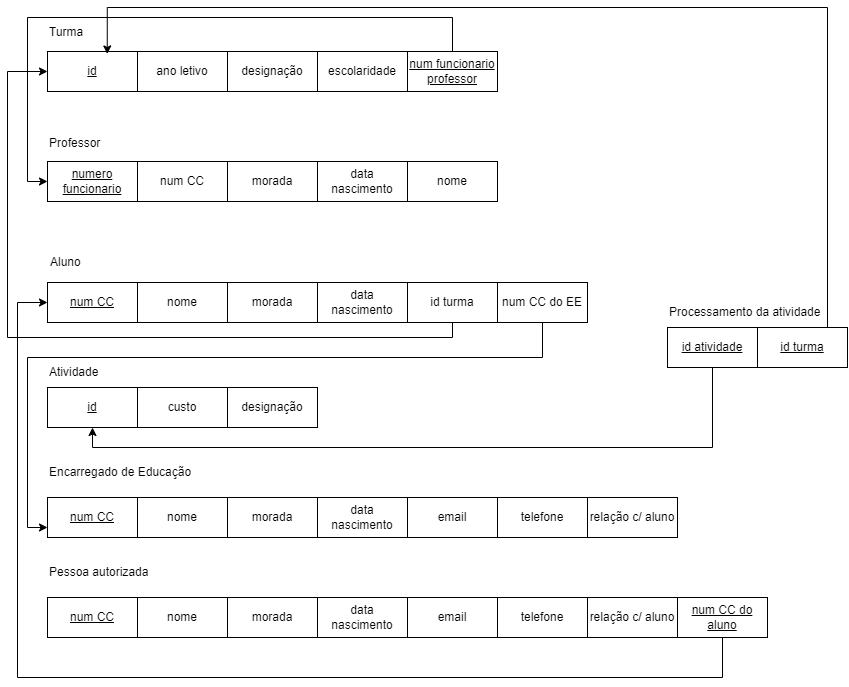
Before: Guião3/ex_3_3d.png, a diagram exported from draw.io (rtavares018/BD). Source tidied: cells renumbered, new cells last; positions are measured from the earlier drawing's top-left corner, leaving out a move shared by most shapes.
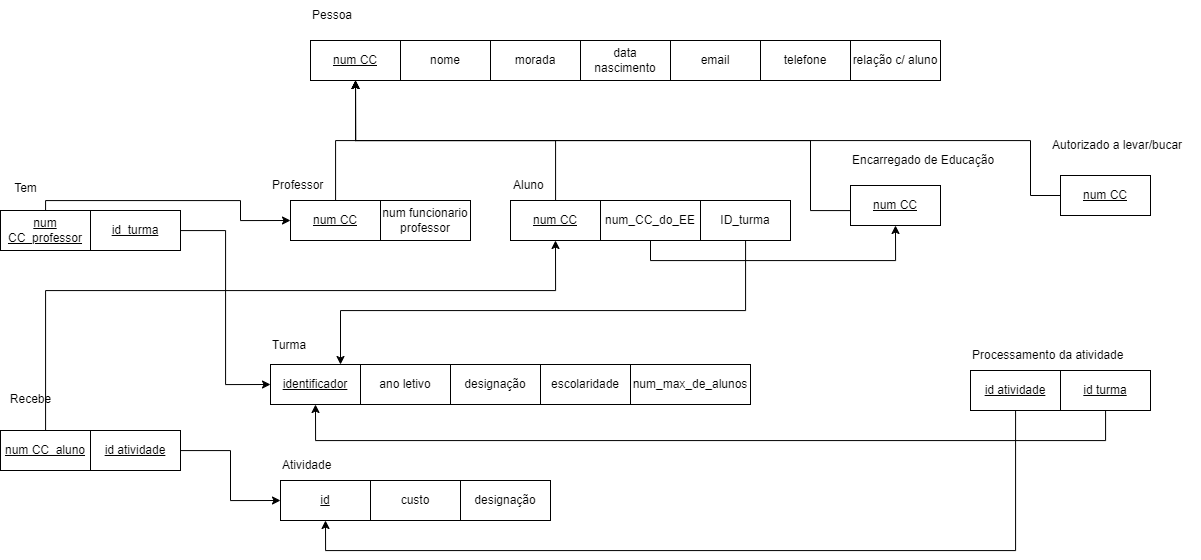
The same file after the commit.

Change to the diagram source:
```diff
@@ -3,185 +3,202 @@
     <mxCell id="0" />
     <mxCell id="1" parent="0" />
     <mxCell id="2" value="Turma" style="text;html=1;align=left;verticalAlign=middle;whiteSpace=wrap;rounded=0;" parent="1" vertex="1">
-      <mxGeometry x="40" y="10" width="60" height="30" as="geometry" />
+      <mxGeometry y="340" width="60" height="30" as="geometry" />
     </mxCell>
-    <mxCell id="3" value="&lt;u&gt;id&lt;/u&gt;" style="rounded=0;whiteSpace=wrap;html=1;" parent="1" vertex="1">
-      <mxGeometry x="40" y="44" width="90" height="40" as="geometry" />
+    <mxCell id="3" value="&lt;u&gt;identificador&lt;/u&gt;" style="rounded=0;whiteSpace=wrap;html=1;" parent="1" vertex="1">
+      <mxGeometry y="374" width="90" height="40" as="geometry" />
     </mxCell>
     <mxCell id="4" value="ano letivo" style="rounded=0;whiteSpace=wrap;html=1;" parent="1" vertex="1">
-      <mxGeometry x="130" y="44" width="90" height="40" as="geometry" />
+      <mxGeometry x="90" y="374" width="90" height="40" as="geometry" />
     </mxCell>
     <mxCell id="5" value="designação" style="rounded=0;whiteSpace=wrap;html=1;" parent="1" vertex="1">
-      <mxGeometry x="220" y="44" width="90" height="40" as="geometry" />
+      <mxGeometry x="180" y="374" width="90" height="40" as="geometry" />
     </mxCell>
-    <mxCell id="6" value="escolaridade" style="rounded=0;whiteSpace=wrap;html=1;" parent="1" vertex="1">
-      <mxGeometry x="310" y="44" width="90" height="40" as="geometry" />
+    <mxCell id="6" value="num_max_de_alunos" style="rounded=0;whiteSpace=wrap;html=1;" parent="1" vertex="1">
+      <mxGeometry x="360" y="374" width="120" height="40" as="geometry" />
     </mxCell>
     <mxCell id="7" value="Professor" style="text;html=1;align=left;verticalAlign=middle;whiteSpace=wrap;rounded=0;" parent="1" vertex="1">
-      <mxGeometry x="40" y="121" width="60" height="30" as="geometry" />
+      <mxGeometry y="180" width="60" height="30" as="geometry" />
     </mxCell>
-    <mxCell id="8" value="numero funcionario" style="rounded=0;whiteSpace=wrap;html=1;fontStyle=4;" parent="1" vertex="1">
-      <mxGeometry x="40" y="154" width="90" height="40" as="geometry" />
-    </mxCell>
+    <mxCell id="51" style="edgeStyle=orthogonalEdgeStyle;rounded=0;jettySize=auto;html=1;" parent="1" edge="1" source="9" target="35">
+      <mxGeometry relative="1" as="geometry" />
+    </mxCell>
-    <mxCell id="9" value="num CC" style="rounded=0;whiteSpace=wrap;html=1;" parent="1" vertex="1">
-      <mxGeometry x="130" y="154" width="90" height="40" as="geometry" />
+    <mxCell id="9" value="&lt;u&gt;num CC&lt;/u&gt;" style="rounded=0;whiteSpace=wrap;html=1;" parent="1" vertex="1">
+      <mxGeometry x="20" y="210" width="90" height="40" as="geometry" />
     </mxCell>
-    <mxCell id="10" style="edgeStyle=orthogonalEdgeStyle;rounded=0;jettySize=auto;html=1;entryX=0;entryY=0.5;entryDx=0;entryDy=0;" parent="1" edge="1" source="11" target="8">
-      <mxGeometry relative="1" as="geometry">
-        <Array as="points">
-          <mxPoint x="445" y="10" />
-          <mxPoint x="20" y="10" />
-          <mxPoint x="20" y="174" />
-        </Array>
-      </mxGeometry>
-    </mxCell>
-    <mxCell id="11" value="&lt;u&gt;num funcionario professor&lt;/u&gt;" style="rounded=0;whiteSpace=wrap;html=1;" parent="1" vertex="1">
-      <mxGeometry x="400" y="44" width="90" height="40" as="geometry" />
-    </mxCell>
-    <mxCell id="12" value="morada" style="rounded=0;whiteSpace=wrap;html=1;" parent="1" vertex="1">
-      <mxGeometry x="220" y="154" width="90" height="40" as="geometry" />
-    </mxCell>
     <mxCell id="13" value="designação" style="rounded=0;whiteSpace=wrap;html=1;" parent="1" vertex="1">
-      <mxGeometry x="220" y="380" width="90" height="40" as="geometry" />
+      <mxGeometry x="190" y="490" width="90" height="40" as="geometry" />
     </mxCell>
-    <mxCell id="14" value="data nascimento" style="rounded=0;whiteSpace=wrap;html=1;" parent="1" vertex="1">
-      <mxGeometry x="310" y="154" width="90" height="40" as="geometry" />
-    </mxCell>
-    <mxCell id="15" value="nome" style="rounded=0;whiteSpace=wrap;html=1;" parent="1" vertex="1">
-      <mxGeometry x="400" y="154" width="90" height="40" as="geometry" />
-    </mxCell>
     <mxCell id="16" value="Aluno" style="text;html=1;align=left;verticalAlign=middle;whiteSpace=wrap;rounded=0;" parent="1" vertex="1">
-      <mxGeometry x="41" y="240" width="60" height="30" as="geometry" />
+      <mxGeometry x="241" y="180" width="60" height="30" as="geometry" />
     </mxCell>
+    <mxCell id="52" style="edgeStyle=orthogonalEdgeStyle;rounded=0;jettySize=auto;html=1;entryX=0.5;entryY=1;entryDx=0;entryDy=0;" parent="1" edge="1" source="17" target="35">
+      <mxGeometry relative="1" as="geometry">
+        <Array as="points">
+          <mxPoint x="285" y="150" />
+          <mxPoint x="85" y="150" />
+        </Array>
+      </mxGeometry>
+    </mxCell>
     <mxCell id="17" value="num CC" style="rounded=0;whiteSpace=wrap;html=1;fontStyle=4;" parent="1" vertex="1">
-      <mxGeometry x="40" y="275" width="90" height="40" as="geometry" />
+      <mxGeometry x="240" y="210" width="90" height="40" as="geometry" />
     </mxCell>
-    <mxCell id="18" value="nome" style="rounded=0;whiteSpace=wrap;html=1;" parent="1" vertex="1">
-      <mxGeometry x="130" y="275" width="90" height="40" as="geometry" />
-    </mxCell>
-    <mxCell id="19" value="morada" style="rounded=0;whiteSpace=wrap;html=1;" parent="1" vertex="1">
-      <mxGeometry x="220" y="275" width="90" height="40" as="geometry" />
-    </mxCell>
-    <mxCell id="20" value="data nascimento" style="rounded=0;whiteSpace=wrap;html=1;" parent="1" vertex="1">
-      <mxGeometry x="310" y="275" width="90" height="40" as="geometry" />
-    </mxCell>
-    <mxCell id="21" style="edgeStyle=orthogonalEdgeStyle;rounded=0;jettySize=auto;html=1;entryX=0;entryY=0.5;entryDx=0;entryDy=0;" parent="1" edge="1" source="22" target="3">
-      <mxGeometry relative="1" as="geometry">
-        <Array as="points">
-          <mxPoint x="445" y="330" />
-          <mxPoint y="330" />
-          <mxPoint y="64" />
-        </Array>
-      </mxGeometry>
-    </mxCell>
-    <mxCell id="22" value="id turma" style="rounded=0;whiteSpace=wrap;html=1;" parent="1" vertex="1">
-      <mxGeometry x="400" y="275" width="90" height="40" as="geometry" />
-    </mxCell>
     <mxCell id="23" value="Atividade" style="text;html=1;align=left;verticalAlign=middle;whiteSpace=wrap;rounded=0;" parent="1" vertex="1">
-      <mxGeometry x="40" y="350" width="60" height="30" as="geometry" />
+      <mxGeometry x="10" y="460" width="60" height="30" as="geometry" />
     </mxCell>
     <mxCell id="24" value="id" style="rounded=0;whiteSpace=wrap;html=1;fontStyle=4;" parent="1" vertex="1">
-      <mxGeometry x="40" y="380" width="90" height="40" as="geometry" />
+      <mxGeometry x="10" y="490" width="90" height="40" as="geometry" />
     </mxCell>
     <mxCell id="25" value="custo" style="rounded=0;whiteSpace=wrap;html=1;" parent="1" vertex="1">
-      <mxGeometry x="130" y="380" width="90" height="40" as="geometry" />
+      <mxGeometry x="100" y="490" width="90" height="40" as="geometry" />
     </mxCell>
     <mxCell id="26" value="Encarregado de Educação" style="text;html=1;align=left;verticalAlign=middle;whiteSpace=wrap;rounded=0;" parent="1" vertex="1">
-      <mxGeometry x="40" y="450" width="150" height="30" as="geometry" />
+      <mxGeometry x="580" y="155" width="150" height="30" as="geometry" />
     </mxCell>
+    <mxCell id="53" style="edgeStyle=orthogonalEdgeStyle;rounded=0;jettySize=auto;html=1;entryX=0.5;entryY=1;entryDx=0;entryDy=0;" parent="1" edge="1" source="27" target="35">
+      <mxGeometry relative="1" as="geometry">
+        <Array as="points">
+          <mxPoint x="540" y="220" />
+          <mxPoint x="540" y="150" />
+          <mxPoint x="85" y="150" />
+        </Array>
+      </mxGeometry>
+    </mxCell>
     <mxCell id="27" value="num CC" style="rounded=0;whiteSpace=wrap;html=1;fontStyle=4;" parent="1" vertex="1">
-      <mxGeometry x="40" y="490" width="90" height="40" as="geometry" />
+      <mxGeometry x="580" y="195" width="90" height="40" as="geometry" />
     </mxCell>
-    <mxCell id="28" value="nome" style="rounded=0;whiteSpace=wrap;html=1;" parent="1" vertex="1">
-      <mxGeometry x="130" y="490" width="90" height="40" as="geometry" />
-    </mxCell>
-    <mxCell id="29" value="morada" style="rounded=0;whiteSpace=wrap;html=1;" parent="1" vertex="1">
-      <mxGeometry x="220" y="490" width="90" height="40" as="geometry" />
-    </mxCell>
-    <mxCell id="30" value="data nascimento" style="rounded=0;whiteSpace=wrap;html=1;" parent="1" vertex="1">
-      <mxGeometry x="310" y="490" width="90" height="40" as="geometry" />
-    </mxCell>
-    <mxCell id="31" value="email" style="rounded=0;whiteSpace=wrap;html=1;" parent="1" vertex="1">
-      <mxGeometry x="400" y="490" width="90" height="40" as="geometry" />
-    </mxCell>
-    <mxCell id="32" value="relação c/ aluno" style="rounded=0;whiteSpace=wrap;html=1;" parent="1" vertex="1">
-      <mxGeometry x="580" y="490" width="90" height="40" as="geometry" />
-    </mxCell>
-    <mxCell id="33" value="telefone" style="rounded=0;whiteSpace=wrap;html=1;" parent="1" vertex="1">
-      <mxGeometry x="490" y="490" width="90" height="40" as="geometry" />
-    </mxCell>
-    <mxCell id="34" value="Pessoa autorizada" style="text;html=1;align=left;verticalAlign=middle;whiteSpace=wrap;rounded=0;" parent="1" vertex="1">
-      <mxGeometry x="40" y="550" width="150" height="30" as="geometry" />
+    <mxCell id="34" value="Pessoa&amp;nbsp;" style="text;html=1;align=left;verticalAlign=middle;whiteSpace=wrap;rounded=0;" parent="1" vertex="1">
+      <mxGeometry x="40" y="10" width="150" height="30" as="geometry" />
     </mxCell>
     <mxCell id="35" value="num CC" style="rounded=0;whiteSpace=wrap;html=1;fontStyle=4;" parent="1" vertex="1">
-      <mxGeometry x="40" y="590" width="90" height="40" as="geometry" />
+      <mxGeometry x="40" y="50" width="90" height="40" as="geometry" />
     </mxCell>
     <mxCell id="36" value="nome" style="rounded=0;whiteSpace=wrap;html=1;" parent="1" vertex="1">
-      <mxGeometry x="130" y="590" width="90" height="40" as="geometry" />
+      <mxGeometry x="130" y="50" width="90" height="40" as="geometry" />
     </mxCell>
     <mxCell id="37" value="morada" style="rounded=0;whiteSpace=wrap;html=1;" parent="1" vertex="1">
-      <mxGeometry x="220" y="590" width="90" height="40" as="geometry" />
+      <mxGeometry x="220" y="50" width="90" height="40" as="geometry" />
     </mxCell>
     <mxCell id="38" value="data nascimento" style="rounded=0;whiteSpace=wrap;html=1;" parent="1" vertex="1">
-      <mxGeometry x="310" y="590" width="90" height="40" as="geometry" />
+      <mxGeometry x="310" y="50" width="90" height="40" as="geometry" />
     </mxCell>
     <mxCell id="39" value="email" style="rounded=0;whiteSpace=wrap;html=1;" parent="1" vertex="1">
-      <mxGeometry x="400" y="590" width="90" height="40" as="geometry" />
+      <mxGeometry x="400" y="50" width="90" height="40" as="geometry" />
     </mxCell>
     <mxCell id="40" value="relação c/ aluno" style="rounded=0;whiteSpace=wrap;html=1;" parent="1" vertex="1">
-      <mxGeometry x="580" y="590" width="90" height="40" as="geometry" />
+      <mxGeometry x="580" y="50" width="90" height="40" as="geometry" />
     </mxCell>
     <mxCell id="41" value="telefone" style="rounded=0;whiteSpace=wrap;html=1;" parent="1" vertex="1">
-      <mxGeometry x="490" y="590" width="90" height="40" as="geometry" />
+      <mxGeometry x="490" y="50" width="90" height="40" as="geometry" />
     </mxCell>
-    <mxCell id="42" style="edgeStyle=orthogonalEdgeStyle;rounded=0;jettySize=auto;html=1;entryX=0;entryY=0.75;entryDx=0;entryDy=0;" parent="1" edge="1" source="43" target="27">
-      <mxGeometry relative="1" as="geometry">
-        <Array as="points">
-          <mxPoint x="535" y="350" />
-          <mxPoint x="20" y="350" />
-          <mxPoint x="20" y="520" />
-        </Array>
-      </mxGeometry>
-    </mxCell>
-    <mxCell id="43" value="num CC do EE" style="rounded=0;whiteSpace=wrap;html=1;" parent="1" vertex="1">
-      <mxGeometry x="490" y="275" width="90" height="40" as="geometry" />
-    </mxCell>
     <mxCell id="44" value="Processamento da atividade" style="text;html=1;align=left;verticalAlign=middle;whiteSpace=wrap;rounded=0;" parent="1" vertex="1">
-      <mxGeometry x="660" y="290" width="160" height="30" as="geometry" />
+      <mxGeometry x="700" y="350" width="160" height="30" as="geometry" />
     </mxCell>
     <mxCell id="45" style="edgeStyle=orthogonalEdgeStyle;rounded=0;jettySize=auto;html=1;entryX=0.5;entryY=1;entryDx=0;entryDy=0;" parent="1" edge="1" source="46" target="24">
       <mxGeometry relative="1" as="geometry">
         <Array as="points">
-          <mxPoint x="705" y="440" />
-          <mxPoint x="85" y="440" />
+          <mxPoint x="745" y="560" />
+          <mxPoint x="55" y="560" />
         </Array>
       </mxGeometry>
     </mxCell>
     <mxCell id="46" value="id atividade" style="rounded=0;whiteSpace=wrap;html=1;fontStyle=4;" parent="1" vertex="1">
-      <mxGeometry x="660" y="320" width="90" height="40" as="geometry" />
+      <mxGeometry x="700" y="380" width="90" height="40" as="geometry" />
     </mxCell>
-    <mxCell id="47" style="edgeStyle=orthogonalEdgeStyle;rounded=0;jettySize=auto;html=1;entryX=0.664;entryY=0.061;entryDx=0;entryDy=0;entryPerimeter=0;" parent="1" edge="1" source="48" target="3">
+    <mxCell id="47" style="edgeStyle=orthogonalEdgeStyle;rounded=0;jettySize=auto;html=1;entryX=0.5;entryY=1;entryDx=0;entryDy=0;" parent="1" edge="1" source="48" target="3">
       <mxGeometry relative="1" as="geometry">
         <Array as="points">
-          <mxPoint x="820" />
-          <mxPoint x="100" />
+          <mxPoint x="835" y="450" />
+          <mxPoint x="45" y="450" />
         </Array>
       </mxGeometry>
     </mxCell>
     <mxCell id="48" value="id turma" style="rounded=0;whiteSpace=wrap;html=1;fontStyle=4;" parent="1" vertex="1">
-      <mxGeometry x="750" y="320" width="90" height="40" as="geometry" />
+      <mxGeometry x="790" y="380" width="90" height="40" as="geometry" />
     </mxCell>
-    <mxCell id="49" style="edgeStyle=orthogonalEdgeStyle;rounded=0;jettySize=auto;html=1;entryX=0;entryY=0.5;entryDx=0;entryDy=0;" parent="1" edge="1" source="50" target="17">
-      <mxGeometry relative="1" as="geometry">
-        <Array as="points">
-          <mxPoint x="715" y="670" />
-          <mxPoint x="10" y="670" />
-          <mxPoint x="10" y="295" />
-        </Array>
-      </mxGeometry>
-    </mxCell>
-    <mxCell id="50" value="&lt;u&gt;num CC do aluno&lt;/u&gt;" style="rounded=0;whiteSpace=wrap;html=1;" parent="1" vertex="1">
-      <mxGeometry x="670" y="590" width="90" height="40" as="geometry" />
-    </mxCell>
+    <mxCell id="54" value="escolaridade" style="rounded=0;whiteSpace=wrap;html=1;" parent="1" vertex="1">
+      <mxGeometry x="270" y="374" width="90" height="40" as="geometry" />
+    </mxCell>
+    <mxCell id="11" value="num funcionario professor" style="rounded=0;whiteSpace=wrap;html=1;" parent="1" vertex="1">
+      <mxGeometry x="110" y="210" width="90" height="40" as="geometry" />
+    </mxCell>
+    <mxCell id="55" style="edgeStyle=orthogonalEdgeStyle;rounded=0;jettySize=auto;html=1;entryX=0.5;entryY=1;entryDx=0;entryDy=0;" parent="1" edge="1" source="56" target="27">
+      <mxGeometry relative="1" as="geometry">
+        <Array as="points">
+          <mxPoint x="380" y="270" />
+          <mxPoint x="625" y="270" />
+        </Array>
+      </mxGeometry>
+    </mxCell>
+    <mxCell id="56" value="num_CC_do_EE" style="rounded=0;whiteSpace=wrap;html=1;" parent="1" vertex="1">
+      <mxGeometry x="330" y="210" width="100" height="40" as="geometry" />
+    </mxCell>
+    <mxCell id="57" style="edgeStyle=orthogonalEdgeStyle;rounded=0;jettySize=auto;html=1;" parent="1" edge="1" source="58" target="3">
+      <mxGeometry relative="1" as="geometry">
+        <Array as="points">
+          <mxPoint x="475" y="320" />
+          <mxPoint x="70" y="320" />
+        </Array>
+      </mxGeometry>
+    </mxCell>
+    <mxCell id="58" value="ID_turma" style="rounded=0;whiteSpace=wrap;html=1;" parent="1" vertex="1">
+      <mxGeometry x="430" y="210" width="90" height="40" as="geometry" />
+    </mxCell>
+    <mxCell id="59" value="Autorizado a levar/bucar" style="text;html=1;align=left;verticalAlign=middle;whiteSpace=wrap;rounded=0;" parent="1" vertex="1">
+      <mxGeometry x="780" y="140" width="150" height="30" as="geometry" />
+    </mxCell>
+    <mxCell id="60" style="edgeStyle=orthogonalEdgeStyle;rounded=0;jettySize=auto;html=1;entryX=0.5;entryY=1;entryDx=0;entryDy=0;" parent="1" edge="1" source="61" target="35">
+      <mxGeometry relative="1" as="geometry">
+        <Array as="points">
+          <mxPoint x="760" y="205" />
+          <mxPoint x="760" y="150" />
+          <mxPoint x="85" y="150" />
+        </Array>
+      </mxGeometry>
+    </mxCell>
+    <mxCell id="61" value="num CC" style="rounded=0;whiteSpace=wrap;html=1;fontStyle=4;" parent="1" vertex="1">
+      <mxGeometry x="790" y="185" width="90" height="40" as="geometry" />
+    </mxCell>
+    <mxCell id="62" value="Tem&lt;div&gt;&lt;br&gt;&lt;/div&gt;" style="text;html=1;align=center;verticalAlign=middle;strokeColor=none;fillColor=none;" parent="1" vertex="1">
+      <mxGeometry x="-270" y="185" width="50" height="40" as="geometry" />
+    </mxCell>
+    <mxCell id="63" style="edgeStyle=orthogonalEdgeStyle;rounded=0;jettySize=auto;html=1;entryX=0;entryY=0.5;entryDx=0;entryDy=0;" parent="1" edge="1" source="64" target="9">
+      <mxGeometry relative="1" as="geometry">
+        <Array as="points">
+          <mxPoint x="-225" y="210" />
+          <mxPoint x="-30" y="210" />
+          <mxPoint x="-30" y="230" />
+        </Array>
+      </mxGeometry>
+    </mxCell>
+    <mxCell id="64" value="&lt;u&gt;num CC_professor&lt;/u&gt;" style="rounded=0;whiteSpace=wrap;html=1;" parent="1" vertex="1">
+      <mxGeometry x="-270" y="220" width="90" height="40" as="geometry" />
+    </mxCell>
+    <mxCell id="65" style="edgeStyle=orthogonalEdgeStyle;rounded=0;jettySize=auto;html=1;entryX=0;entryY=0.5;entryDx=0;entryDy=0;" parent="1" edge="1" source="66" target="3">
+      <mxGeometry relative="1" as="geometry" />
+    </mxCell>
+    <mxCell id="66" value="&lt;u&gt;id_turma&lt;/u&gt;" style="rounded=0;whiteSpace=wrap;html=1;" parent="1" vertex="1">
+      <mxGeometry x="-180" y="220" width="90" height="40" as="geometry" />
+    </mxCell>
+    <mxCell id="67" value="Recebe" style="text;html=1;align=center;verticalAlign=middle;strokeColor=none;fillColor=none;" parent="1" vertex="1">
+      <mxGeometry x="-270" y="394" width="60" height="30" as="geometry" />
+    </mxCell>
+    <mxCell id="68" style="edgeStyle=orthogonalEdgeStyle;rounded=0;jettySize=auto;html=1;entryX=0.5;entryY=1;entryDx=0;entryDy=0;" parent="1" edge="1" source="69" target="17">
+      <mxGeometry relative="1" as="geometry">
+        <Array as="points">
+          <mxPoint x="-225" y="300" />
+          <mxPoint x="285" y="300" />
+        </Array>
+      </mxGeometry>
+    </mxCell>
+    <mxCell id="69" value="num CC_aluno" style="rounded=0;whiteSpace=wrap;html=1;fontStyle=4;" parent="1" vertex="1">
+      <mxGeometry x="-270" y="440" width="90" height="40" as="geometry" />
+    </mxCell>
+    <mxCell id="70" style="edgeStyle=orthogonalEdgeStyle;rounded=0;jettySize=auto;html=1;entryX=0;entryY=0.5;entryDx=0;entryDy=0;" parent="1" edge="1" source="71" target="24">
+      <mxGeometry relative="1" as="geometry" />
+    </mxCell>
+    <mxCell id="71" value="id atividade" style="rounded=0;whiteSpace=wrap;html=1;fontStyle=4;" parent="1" vertex="1">
+      <mxGeometry x="-180" y="440" width="90" height="40" as="geometry" />
+    </mxCell>
   </root>
 </mxGraphModel>
```
